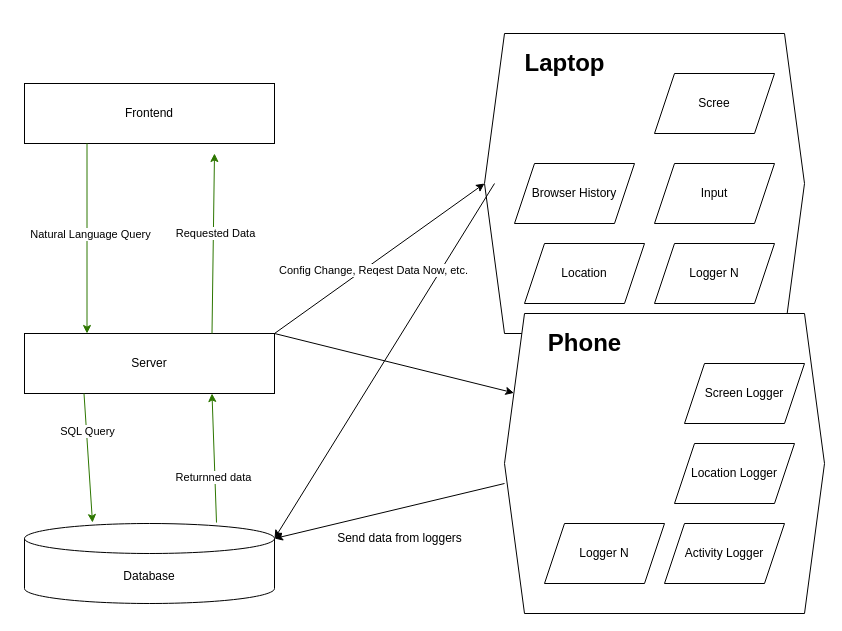
This is docs/Lifelog.drawio from MattHandzel/lifelog, a draw.io file, before an edit. Source tidied: cells renumbered, new cells numbered last; positions are measured from the earlier drawing's top-left corner, leaving out a move shared by most shapes. Both pictures are drawn from the tidied source at 100%, with x=0, y=0 at pixel (24, 33).
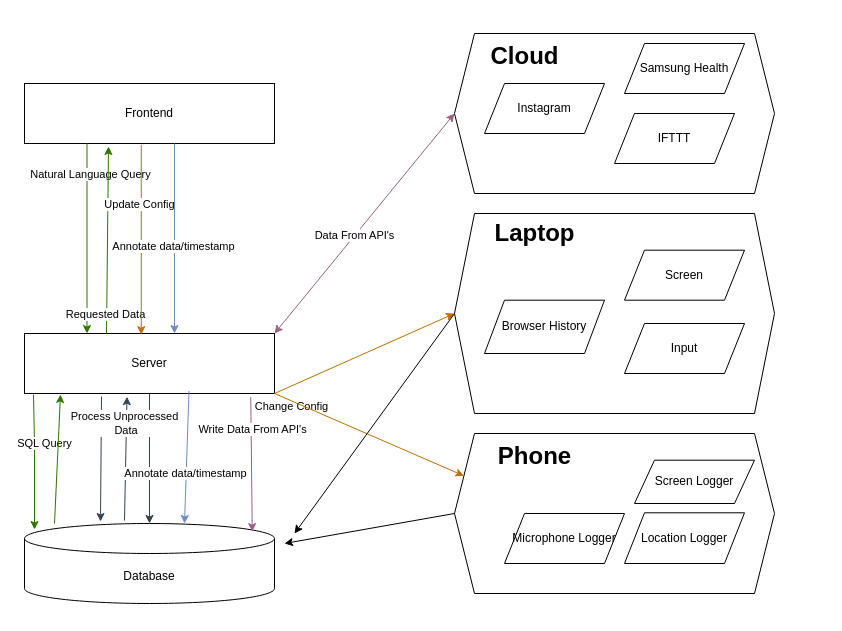
After the change.

The change refers to these unchanged cells:
```xml
<mxCell id="7" value="Database" style="shape=cylinder3;whiteSpace=wrap;html=1;boundedLbl=1;backgroundOutline=1;size=15;" parent="1" vertex="1">
  <mxGeometry y="490" width="250" height="80" as="geometry" />
</mxCell>
<mxCell id="13" value="Server" style="rounded=0;whiteSpace=wrap;html=1;" parent="1" vertex="1">
  <mxGeometry y="300" width="250" height="60" as="geometry" />
</mxCell>
<mxCell id="17" value="Frontend" style="rounded=0;whiteSpace=wrap;html=1;" parent="1" vertex="1">
  <mxGeometry y="50" width="250" height="60" as="geometry" />
</mxCell>
<mxCell id="18" style="endArrow=classic;html=1;rounded=0;exitX=0.25;exitY=1;exitDx=0;exitDy=0;entryX=0.25;entryY=0;entryDx=0;entryDy=0;fillColor=#60a917;strokeColor=#2D7600;" parent="1" edge="1" source="17" target="13">
  <mxGeometry relative="1" as="geometry" />
</mxCell>
```

What changed in the source:
```diff
@@
+    <mxCell id="35" style="endArrow=classic;html=1;rounded=0;entryX=0.5;entryY=0;entryDx=0;entryDy=0;entryPerimeter=0;exitX=0.5;exitY=1;exitDx=0;exitDy=0;fillColor=#647687;strokeColor=#314354;" parent="1" edge="1" source="13" target="7">
+      <mxGeometry relative="1" as="geometry" />
+    </mxCell>
+    <mxCell id="36" style="endArrow=classic;html=1;rounded=0;entryX=0.41;entryY=1.053;entryDx=0;entryDy=0;exitX=0.4;exitY=-0.037;exitDx=0;exitDy=0;exitPerimeter=0;fillColor=#647687;strokeColor=#314354;entryPerimeter=0;" parent="1" edge="1" source="7" target="13">
+      <mxGeometry relative="1" as="geometry" />
+    </mxCell>
     <mxCell id="2" style="group;" parent="1" vertex="1">
-      <mxGeometry x="460" width="320" height="300" as="geometry" />
+      <mxGeometry x="430" y="180" width="320" height="200" as="geometry" />
     </mxCell>
     <mxCell id="3" style="shape=hexagon;perimeter=hexagonPerimeter2;whiteSpace=wrap;html=1;fixedSize=1;" parent="2" vertex="1">
-      <mxGeometry width="320" height="300" as="geometry" />
+      <mxGeometry width="320" height="200" as="geometry" />
     </mxCell>
     <mxCell id="4" value="&lt;h4&gt;Laptop&lt;br&gt;&lt;/h4&gt;" style="text;strokeColor=none;fillColor=none;html=1;fontSize=24;fontStyle=1;verticalAlign=middle;align=center;" parent="2" vertex="1">
-      <mxGeometry x="30" y="10" width="100" height="40" as="geometry" />
+      <mxGeometry x="30" y="6.7" width="100" height="26.7" as="geometry" />
     </mxCell>
-    <mxCell id="5" value="Browser History" style="shape=parallelogram;perimeter=parallelogramPerimeter;whiteSpace=wrap;html=1;fixedSize=1;" parent="2" vertex="1">
-      <mxGeometry x="30" y="130" width="120" height="60" as="geometry" />
+    <mxCell id="5" value="Browser History" style="shape=parallelogram;perimeter=parallelogramPerimeter;whiteSpace=wrap;html=1;fixedSize=1;strokeColor=light-dark(#000000,#66CC00);" parent="2" vertex="1">
+      <mxGeometry x="30" y="86.7" width="120" height="53.3" as="geometry" />
     </mxCell>
-    <mxCell id="6" value="Location" style="shape=parallelogram;perimeter=parallelogramPerimeter;whiteSpace=wrap;html=1;fixedSize=1;" parent="2" vertex="1">
-      <mxGeometry x="40" y="210" width="120" height="60" as="geometry" />
-    </mxCell>
+    <mxCell id="9" value="Input" style="shape=parallelogram;perimeter=parallelogramPerimeter;whiteSpace=wrap;html=1;fixedSize=1;strokeColor=light-dark(#000000,#66CC00);" parent="2" vertex="1">
+      <mxGeometry x="170" y="110" width="120" height="50" as="geometry" />
+    </mxCell>
+    <mxCell id="8" value="Screen" style="shape=parallelogram;perimeter=parallelogramPerimeter;whiteSpace=wrap;html=1;fixedSize=1;fillColor=none;strokeColor=light-dark(#000000,#66CC00);" parent="2" vertex="1">
+      <mxGeometry x="170" y="36.7" width="120" height="50" as="geometry" />
+    </mxCell>
@@
-    <mxCell id="8" value="Scree " style="shape=parallelogram;perimeter=parallelogramPerimeter;whiteSpace=wrap;html=1;fixedSize=1;" parent="1" vertex="1">
-      <mxGeometry x="630" y="40" width="120" height="60" as="geometry" />
-    </mxCell>
-    <mxCell id="9" value="Input" style="shape=parallelogram;perimeter=parallelogramPerimeter;whiteSpace=wrap;html=1;fixedSize=1;" parent="1" vertex="1">
-      <mxGeometry x="630" y="130" width="120" height="60" as="geometry" />
-    </mxCell>
-    <mxCell id="10" value="Logger N" style="shape=parallelogram;perimeter=parallelogramPerimeter;whiteSpace=wrap;html=1;fixedSize=1;" parent="1" vertex="1">
-      <mxGeometry x="630" y="210" width="120" height="60" as="geometry" />
-    </mxCell>
-    <mxCell id="11" style="endArrow=classic;html=1;rounded=0;entryX=1;entryY=0;entryDx=0;entryDy=15;entryPerimeter=0;" parent="1" edge="1" target="7">
-      <mxGeometry relative="1" as="geometry">
-        <mxPoint x="480" y="450" as="sourcePoint" />
-      </mxGeometry>
-    </mxCell>
-    <mxCell id="12" style="endArrow=classic;html=1;rounded=0;entryX=1;entryY=0;entryDx=0;entryDy=15;entryPerimeter=0;" parent="1" edge="1" target="7">
-      <mxGeometry relative="1" as="geometry">
-        <mxPoint x="470" y="150" as="sourcePoint" />
-      </mxGeometry>
-    </mxCell>
@@
-    <mxCell id="14" style="endArrow=classic;html=1;rounded=0;entryX=0;entryY=0.5;entryDx=0;entryDy=0;exitX=1;exitY=0;exitDx=0;exitDy=0;" parent="1" edge="1" source="13" target="3">
+    <mxCell id="14" style="endArrow=classic;html=1;rounded=0;entryX=0;entryY=0.5;entryDx=0;entryDy=0;exitX=1;exitY=1;exitDx=0;exitDy=0;fillColor=#f0a30a;strokeColor=#BD7000;" parent="1" edge="1" source="13" target="3">
       <mxGeometry relative="1" as="geometry" />
     </mxCell>
-    <mxCell id="15" value="Config Change, Reqest Data Now, etc." style="edgeLabel;html=1;align=center;verticalAlign=middle;" parent="14" vertex="1">
-      <mxGeometry x="-0.09" y="-5" relative="1" as="geometry" />
+    <mxCell id="15" value="Change Config" style="edgeLabel;html=1;align=center;verticalAlign=middle;" parent="14" vertex="1">
+      <mxGeometry x="-0.09" y="-5" relative="1" as="geometry">
+        <mxPoint x="-68" y="44" as="offset" />
+      </mxGeometry>
     </mxCell>
-    <mxCell id="16" style="endArrow=classic;html=1;rounded=0;entryX=0;entryY=0.25;entryDx=0;entryDy=0;exitX=1;exitY=0;exitDx=0;exitDy=0;" parent="1" edge="1" source="13" target="29">
+    <mxCell id="16" style="endArrow=classic;html=1;rounded=0;entryX=0;entryY=0.25;entryDx=0;entryDy=0;exitX=1;exitY=1;exitDx=0;exitDy=0;fillColor=#f0a30a;strokeColor=#BD7000;" parent="1" edge="1" source="13" target="29">
       <mxGeometry relative="1" as="geometry" />
     </mxCell>
@@
     <mxCell id="19" value="Natural Language Query" style="edgeLabel;html=1;align=center;verticalAlign=middle;" parent="18" vertex="1">
-      <mxGeometry x="-0.05" y="3" relative="1" as="geometry" />
+      <mxGeometry x="-0.05" y="3" relative="1" as="geometry">
+        <mxPoint y="-60" as="offset" />
+      </mxGeometry>
     </mxCell>
-    <mxCell id="20" style="endArrow=classic;html=1;rounded=0;exitX=0.75;exitY=0;exitDx=0;exitDy=0;fillColor=#60a917;strokeColor=#2D7600;" parent="1" edge="1" source="13">
+    <mxCell id="20" style="endArrow=classic;html=1;rounded=0;exitX=0.328;exitY=-0.017;exitDx=0;exitDy=0;fillColor=#60a917;strokeColor=#2D7600;exitPerimeter=0;entryX=0.336;entryY=1.033;entryDx=0;entryDy=0;entryPerimeter=0;" parent="1" edge="1">
       <mxGeometry relative="1" as="geometry">
-        <mxPoint x="190" y="120" as="targetPoint" />
+        <mxPoint x="82" y="300" as="sourcePoint" />
+        <mxPoint x="84" y="113" as="targetPoint" />
       </mxGeometry>
     </mxCell>
     <mxCell id="21" value="Requested Data" style="edgeLabel;html=1;align=center;verticalAlign=middle;" parent="20" vertex="1">
       <mxGeometry x="0.34" y="2" relative="1" as="geometry">
-        <mxPoint x="3" y="21" as="offset" />
+        <mxPoint x="-1" y="106" as="offset" />
       </mxGeometry>
     </mxCell>
-    <mxCell id="22" style="endArrow=classic;html=1;rounded=0;entryX=0.272;entryY=-0.012;entryDx=0;entryDy=0;entryPerimeter=0;exitX=0.75;exitY=1;exitDx=0;exitDy=0;fillColor=#60a917;strokeColor=#2D7600;" parent="1" edge="1" target="7">
+    <mxCell id="22" style="endArrow=classic;html=1;rounded=0;entryX=0.04;entryY=0.075;entryDx=0;entryDy=0;entryPerimeter=0;exitX=0.036;exitY=1.017;exitDx=0;exitDy=0;fillColor=#60a917;strokeColor=#2D7600;exitPerimeter=0;" parent="1" edge="1" source="13" target="7">
       <mxGeometry relative="1" as="geometry">
-        <mxPoint x="59.5" y="360" as="sourcePoint" />
+        <Array as="points">
+          <mxPoint x="10" y="410" />
+        </Array>
       </mxGeometry>
     </mxCell>
     <mxCell id="23" value="SQL Query" style="edgeLabel;html=1;align=center;verticalAlign=middle;" parent="22" vertex="1">
-      <mxGeometry x="-0.41" y="1" relative="1" as="geometry" />
+      <mxGeometry x="-0.41" y="1" relative="1" as="geometry">
+        <mxPoint x="9" y="9" as="offset" />
+      </mxGeometry>
     </mxCell>
-    <mxCell id="24" style="endArrow=classic;html=1;rounded=0;entryX=0.75;entryY=1;entryDx=0;entryDy=0;exitX=0.768;exitY=-0.012;exitDx=0;exitDy=0;exitPerimeter=0;fillColor=#60a917;strokeColor=#2D7600;" parent="1" edge="1" source="7" target="13">
-      <mxGeometry relative="1" as="geometry" />
+    <mxCell id="24" style="endArrow=classic;html=1;rounded=0;entryX=0.344;entryY=1.017;entryDx=0;entryDy=0;exitX=0.32;exitY=0;exitDx=0;exitDy=0;exitPerimeter=0;fillColor=#60a917;strokeColor=#2D7600;entryPerimeter=0;" parent="1" edge="1">
+      <mxGeometry relative="1" as="geometry">
+        <mxPoint x="30" y="490" as="sourcePoint" />
+        <mxPoint x="36" y="361" as="targetPoint" />
+      </mxGeometry>
     </mxCell>
-    <mxCell id="25" value="Returnned data" style="edgeLabel;html=1;align=center;verticalAlign=middle;" parent="24" vertex="1">
-      <mxGeometry x="-0.29" y="2" relative="1" as="geometry" />
-    </mxCell>
-    <mxCell id="26" value="Send data from loggers" style="text;html=1;align=center;verticalAlign=middle;strokeColor=none;fillColor=none;" parent="1" vertex="1">
-      <mxGeometry x="300" y="490" width="150" height="30" as="geometry" />
-    </mxCell>
     <mxCell id="27" style="group;" parent="1" vertex="1">
-      <mxGeometry x="480" y="280" width="320" height="300" as="geometry" />
+      <mxGeometry x="430" y="400" width="320" height="160" as="geometry" />
     </mxCell>
     <mxCell id="28" style="group;" parent="27" vertex="1">
-      <mxGeometry width="320" height="300" as="geometry" />
+      <mxGeometry width="320" height="160" as="geometry" />
     </mxCell>
     <mxCell id="29" style="shape=hexagon;perimeter=hexagonPerimeter2;whiteSpace=wrap;html=1;fixedSize=1;" parent="28" vertex="1">
-      <mxGeometry width="320" height="300" as="geometry" />
+      <mxGeometry width="320" height="160" as="geometry" />
     </mxCell>
     <mxCell id="30" value="Phone" style="text;strokeColor=none;fillColor=none;html=1;fontSize=24;fontStyle=1;verticalAlign=middle;align=center;" parent="28" vertex="1">
-      <mxGeometry x="30" y="10" width="100" height="40" as="geometry" />
+      <mxGeometry x="30" y="5.3" width="100" height="34.7" as="geometry" />
     </mxCell>
-    <mxCell id="31" value="Location Logger" style="shape=parallelogram;perimeter=parallelogramPerimeter;whiteSpace=wrap;html=1;fixedSize=1;" parent="28" vertex="1">
-      <mxGeometry x="170" y="130" width="120" height="60" as="geometry" />
+    <mxCell id="31" value="Location Logger" style="shape=parallelogram;perimeter=parallelogramPerimeter;whiteSpace=wrap;html=1;fixedSize=1;strokeColor=light-dark(#000000,#66CC00);" parent="28" vertex="1">
+      <mxGeometry x="170" y="79.3" width="120" height="50.7" as="geometry" />
     </mxCell>
-    <mxCell id="32" value="Activity Logger" style="shape=parallelogram;perimeter=parallelogramPerimeter;whiteSpace=wrap;html=1;fixedSize=1;" parent="28" vertex="1">
-      <mxGeometry x="160" y="210" width="120" height="60" as="geometry" />
-    </mxCell>
-    <mxCell id="33" value="Logger N" style="shape=parallelogram;perimeter=parallelogramPerimeter;whiteSpace=wrap;html=1;fixedSize=1;" parent="28" vertex="1">
-      <mxGeometry x="40" y="210" width="120" height="60" as="geometry" />
-    </mxCell>
+    <mxCell id="37" value="Microphone Logger" style="shape=parallelogram;perimeter=parallelogramPerimeter;whiteSpace=wrap;html=1;fixedSize=1;strokeColor=light-dark(#000000,#66CC00);" parent="28" vertex="1">
+      <mxGeometry x="50" y="80" width="120" height="50" as="geometry" />
+    </mxCell>
-    <mxCell id="34" value="Screen Logger" style="shape=parallelogram;perimeter=parallelogramPerimeter;whiteSpace=wrap;html=1;fixedSize=1;" parent="27" vertex="1">
-      <mxGeometry x="180" y="50" width="120" height="60" as="geometry" />
+    <mxCell id="34" value="Screen Logger" style="shape=parallelogram;perimeter=parallelogramPerimeter;whiteSpace=wrap;html=1;fixedSize=1;strokeColor=light-dark(#000000,#FF0000);" parent="27" vertex="1">
+      <mxGeometry x="180" y="26.7" width="120" height="43.3" as="geometry" />
     </mxCell>
+    <mxCell id="38" style="endArrow=classic;html=1;rounded=0;entryX=0.467;entryY=0.019;entryDx=0;entryDy=0;entryPerimeter=0;exitX=0.467;exitY=1.024;exitDx=0;exitDy=0;exitPerimeter=0;fillColor=#f0a30a;strokeColor=#BD7000;" parent="1" edge="1" source="17" target="13">
+      <mxGeometry relative="1" as="geometry" />
+    </mxCell>
+    <mxCell id="39" value="&lt;div&gt;Update Config&lt;/div&gt;" style="edgeLabel;html=1;align=center;verticalAlign=middle;" parent="38" vertex="1">
+      <mxGeometry x="-0.29" y="-2" relative="1" as="geometry">
+        <mxPoint y="-8" as="offset" />
+      </mxGeometry>
+    </mxCell>
+    <mxCell id="40" style="endArrow=classic;html=1;rounded=0;entryX=0.304;entryY=-0.025;entryDx=0;entryDy=0;entryPerimeter=0;exitX=0.308;exitY=1.05;exitDx=0;exitDy=0;exitPerimeter=0;fillColor=#647687;strokeColor=#314354;" parent="1" edge="1" source="13" target="7">
+      <mxGeometry relative="1" as="geometry" />
+    </mxCell>
+    <mxCell id="41" value="&lt;div&gt;Process Unprocessed&lt;/div&gt;&lt;div&gt;&amp;nbsp;Data&lt;/div&gt;" style="edgeLabel;html=1;align=center;verticalAlign=middle;" parent="40" vertex="1">
+      <mxGeometry x="-0.5" y="-2" relative="1" as="geometry">
+        <mxPoint x="25" y="-4" as="offset" />
+      </mxGeometry>
+    </mxCell>
+    <mxCell id="42" style="endArrow=classic;html=1;rounded=0;exitX=0;exitY=0.5;exitDx=0;exitDy=0;" parent="1" edge="1" source="29">
+      <mxGeometry relative="1" as="geometry">
+        <mxPoint x="260" y="510" as="targetPoint" />
+      </mxGeometry>
+    </mxCell>
+    <mxCell id="43" style="endArrow=classic;html=1;rounded=0;exitX=0;exitY=0.5;exitDx=0;exitDy=0;" parent="1" edge="1" source="3">
+      <mxGeometry relative="1" as="geometry">
+        <mxPoint x="270" y="500" as="targetPoint" />
+      </mxGeometry>
+    </mxCell>
+    <mxCell id="44" style="endArrow=classic;startArrow=classic;html=1;rounded=0;entryX=0;entryY=0.5;entryDx=0;entryDy=0;fillColor=#e6d0de;strokeColor=#996185;gradientColor=#d5739d;" parent="1" edge="1" target="49">
+      <mxGeometry relative="1" as="geometry">
+        <mxPoint x="250" y="300" as="sourcePoint" />
+      </mxGeometry>
+    </mxCell>
+    <mxCell id="45" value="Data From API's" style="edgeLabel;html=1;align=center;verticalAlign=middle;" parent="44" vertex="1">
+      <mxGeometry x="-0.11" y="1" relative="1" as="geometry" />
+    </mxCell>
+    <mxCell id="46" style="endArrow=classic;html=1;rounded=0;exitX=0.905;exitY=1.06;exitDx=0;exitDy=0;exitPerimeter=0;entryX=0.911;entryY=0.101;entryDx=0;entryDy=0;entryPerimeter=0;fillColor=#e6d0de;strokeColor=#996185;gradientColor=#d5739d;" parent="1" edge="1" source="13" target="7">
+      <mxGeometry relative="1" as="geometry" />
+    </mxCell>
+    <mxCell id="47" value="&lt;div&gt;Write Data From API's&lt;/div&gt;" style="edgeLabel;html=1;align=center;verticalAlign=middle;" parent="46" vertex="1">
+      <mxGeometry x="-0.52" y="1" relative="1" as="geometry" />
+    </mxCell>
+    <mxCell id="48" style="group;" parent="1" vertex="1">
+      <mxGeometry x="430" width="320" height="160" as="geometry" />
+    </mxCell>
+    <mxCell id="49" style="shape=hexagon;perimeter=hexagonPerimeter2;whiteSpace=wrap;html=1;fixedSize=1;" parent="48" vertex="1">
+      <mxGeometry width="320" height="160" as="geometry" />
+    </mxCell>
+    <mxCell id="50" value="Cloud" style="text;strokeColor=none;fillColor=none;html=1;fontSize=24;fontStyle=1;verticalAlign=middle;align=center;" parent="48" vertex="1">
+      <mxGeometry x="20" y="10" width="100" height="26.7" as="geometry" />
+    </mxCell>
+    <mxCell id="51" value="Instagram" style="shape=parallelogram;perimeter=parallelogramPerimeter;whiteSpace=wrap;html=1;fixedSize=1;fillColor=none;strokeColor=light-dark(#000000,#66CC00);" parent="48" vertex="1">
+      <mxGeometry x="30" y="50" width="120" height="50" as="geometry" />
+    </mxCell>
+    <mxCell id="52" value="Samsung Health" style="shape=parallelogram;perimeter=parallelogramPerimeter;whiteSpace=wrap;html=1;fixedSize=1;fillColor=none;strokeColor=light-dark(#000000,#66CC00);" parent="48" vertex="1">
+      <mxGeometry x="170" y="10" width="120" height="50" as="geometry" />
+    </mxCell>
+    <mxCell id="53" value="IFTTT" style="shape=parallelogram;perimeter=parallelogramPerimeter;whiteSpace=wrap;html=1;fixedSize=1;fillColor=none;strokeColor=light-dark(#000000,#66CC00);" parent="48" vertex="1">
+      <mxGeometry x="160" y="80" width="120" height="50" as="geometry" />
+    </mxCell>
+    <mxCell id="54" style="endArrow=classic;html=1;rounded=0;entryX=0.467;entryY=0.019;entryDx=0;entryDy=0;entryPerimeter=0;exitX=0.467;exitY=1.024;exitDx=0;exitDy=0;exitPerimeter=0;fillColor=#dae8fc;strokeColor=#6c8ebf;gradientColor=#7ea6e0;" parent="1" edge="1">
+      <mxGeometry relative="1" as="geometry">
+        <mxPoint x="150" y="110" as="sourcePoint" />
+        <mxPoint x="150" y="300" as="targetPoint" />
+      </mxGeometry>
+    </mxCell>
+    <mxCell id="55" value="Annotate data/timestamp" style="edgeLabel;html=1;align=center;verticalAlign=middle;" parent="54" vertex="1">
+      <mxGeometry x="-0.29" y="-2" relative="1" as="geometry">
+        <mxPoint y="35" as="offset" />
+      </mxGeometry>
+    </mxCell>
+    <mxCell id="56" style="endArrow=classic;html=1;rounded=0;entryX=0.467;entryY=0.019;entryDx=0;entryDy=0;entryPerimeter=0;exitX=0.658;exitY=0.959;exitDx=0;exitDy=0;exitPerimeter=0;fillColor=#dae8fc;strokeColor=#6c8ebf;gradientColor=#7ea6e0;" parent="1" edge="1" source="13">
+      <mxGeometry relative="1" as="geometry">
+        <mxPoint x="160" y="490" as="targetPoint" />
+      </mxGeometry>
+    </mxCell>
+    <mxCell id="57" value="Annotate data/timestamp" style="edgeLabel;html=1;align=center;verticalAlign=middle;" parent="56" vertex="1">
+      <mxGeometry x="-0.29" y="-2" relative="1" as="geometry">
+        <mxPoint y="35" as="offset" />
+      </mxGeometry>
+    </mxCell>
```
